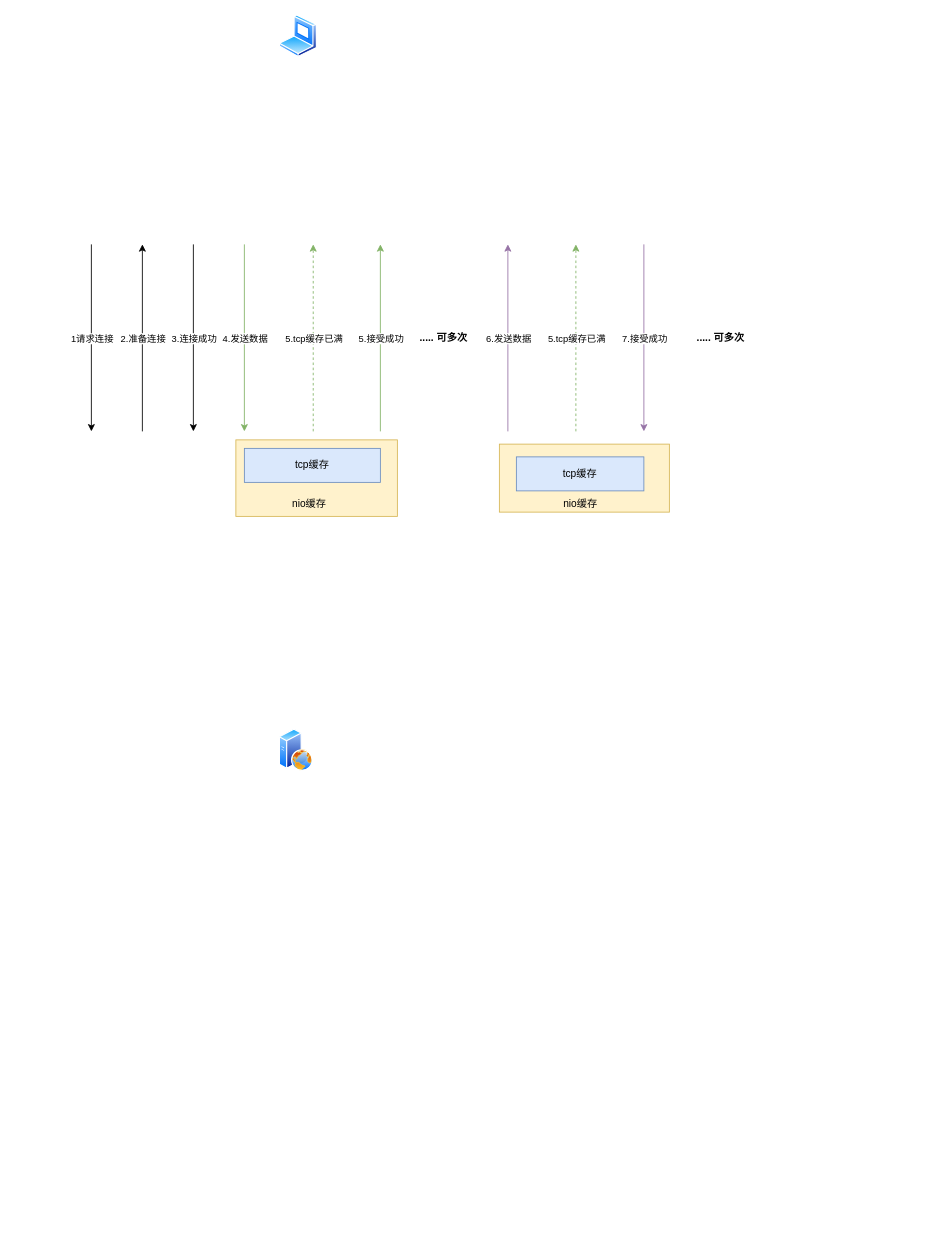
Above: 流程图/NIO网络模型.drawio in xiaoa1/liuchengtu (draw.io), before the change. Source tidied: cells renumbered, new cells numbered last; positions are measured from the earlier drawing's top-left corner, leaving out a move shared by most shapes. Both pictures are drawn from the tidied source at 85%, with x=0, y=0 at pixel (91, 14).
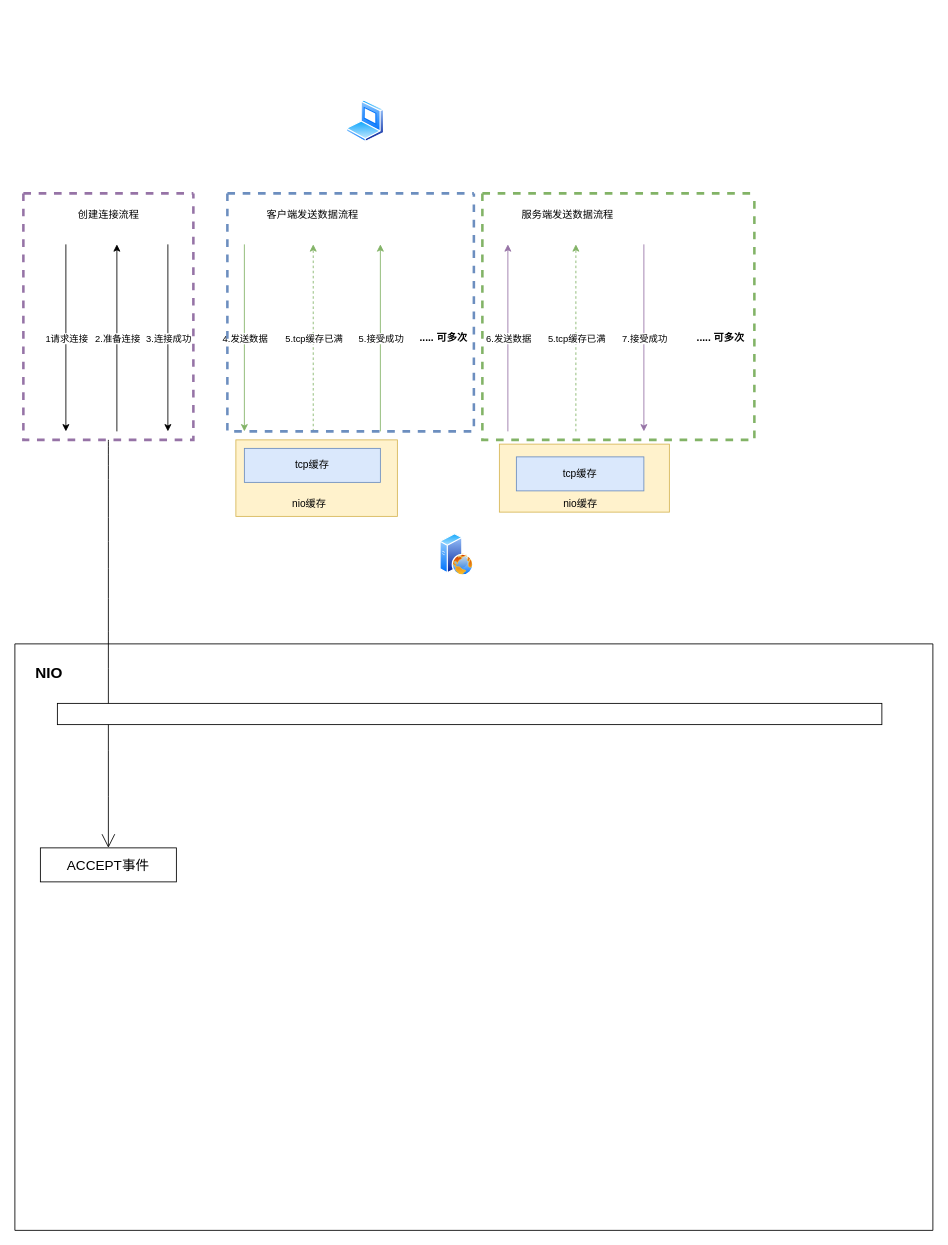
The same diagram, later.

Commit message (it also covers changes not shown here):
更新NIO网络模型.drawio

Change to the diagram source:
```diff
@@
     <mxCell id="2" style="perimeter=ellipsePerimeter;html=1;align=center;shadow=0;dashed=0;spacingTop=3;image;image=img/lib/active_directory/laptop_client.svg;" parent="1" vertex="1">
-      <mxGeometry x="221" width="45" height="50" as="geometry" />
+      <mxGeometry x="300" y="100" width="45" height="50" as="geometry" />
     </mxCell>
     <mxCell id="3" style="perimeter=ellipsePerimeter;html=1;align=center;shadow=0;dashed=0;spacingTop=3;image;image=img/lib/active_directory/web_server.svg;" parent="1" vertex="1">
-      <mxGeometry x="221" y="840" width="40" height="50" as="geometry" />
+      <mxGeometry x="410" y="610" width="40" height="50" as="geometry" />
     </mxCell>
     <mxCell id="4" style="endArrow=classic;html=1;rounded=0;" parent="1" edge="1">
       <mxGeometry relative="1" as="geometry">
-        <mxPoint y="270" as="sourcePoint" />
-        <mxPoint y="490" as="targetPoint" />
+        <mxPoint x="-30" y="270" as="sourcePoint" />
+        <mxPoint x="-30" y="490" as="targetPoint" />
       </mxGeometry>
     </mxCell>
@@
     <mxCell id="6" style="endArrow=classic;html=1;rounded=0;" parent="1" edge="1">
       <mxGeometry relative="1" as="geometry">
-        <mxPoint x="60" y="490" as="sourcePoint" />
-        <mxPoint x="60" y="270" as="targetPoint" />
+        <mxPoint x="30" y="490" as="sourcePoint" />
+        <mxPoint x="30" y="270" as="targetPoint" />
       </mxGeometry>
     </mxCell>
@@
     <mxCell id="8" style="endArrow=classic;html=1;rounded=0;" parent="1" edge="1">
       <mxGeometry relative="1" as="geometry">
-        <mxPoint x="120" y="270" as="sourcePoint" />
-        <mxPoint x="120" y="490" as="targetPoint" />
+        <mxPoint x="90" y="270" as="sourcePoint" />
+        <mxPoint x="90" y="490" as="targetPoint" />
       </mxGeometry>
     </mxCell>
@@
+    <mxCell id="30" style="edgeStyle=none;curved=1;rounded=0;jettySize=auto;html=1;exitX=0.5;exitY=1;exitDx=0;exitDy=0;fontSize=12;endArrow=open;startSize=14;endSize=14;sourcePerimeterSpacing=8;targetPerimeterSpacing=8;entryX=0.5;entryY=0;entryDx=0;entryDy=0;" parent="1" edge="1" source="31" target="40">
+      <mxGeometry relative="1" as="geometry" />
+    </mxCell>
+    <mxCell id="31" style="swimlane;startSize=0;fillStyle=auto;strokeWidth=3;rounded=0;dashed=1;fillColor=#e1d5e7;strokeColor=#9673a6;" parent="1" vertex="1">
+      <mxGeometry x="-80" y="210" width="200" height="290" as="geometry" />
+    </mxCell>
+    <mxCell id="32" value="创建连接流程" style="text;html=1;align=center;verticalAlign=middle;strokeColor=none;fillColor=none;" parent="31" vertex="1">
+      <mxGeometry x="50" y="10" width="100" height="30" as="geometry" />
+    </mxCell>
+    <mxCell id="33" style="swimlane;startSize=0;fillStyle=auto;strokeWidth=3;rounded=0;dashed=1;fillColor=#dae8fc;strokeColor=#6c8ebf;" parent="1" vertex="1">
+      <mxGeometry x="160" y="210" width="290" height="280" as="geometry" />
+    </mxCell>
+    <mxCell id="34" value="客户端发送数据流程" style="text;html=1;align=center;verticalAlign=middle;strokeColor=none;fillColor=none;" parent="33" vertex="1">
+      <mxGeometry x="35" y="10" width="130" height="30" as="geometry" />
+    </mxCell>
+    <mxCell id="35" style="swimlane;startSize=0;fillStyle=auto;strokeWidth=3;rounded=0;dashed=1;fillColor=#d5e8d4;strokeColor=#82b366;" parent="1" vertex="1">
+      <mxGeometry x="460" y="210" width="320" height="290" as="geometry" />
+    </mxCell>
+    <mxCell id="36" value="服务端发送数据流程" style="text;html=1;align=center;verticalAlign=middle;strokeColor=none;fillColor=none;" parent="35" vertex="1">
+      <mxGeometry x="35" y="10" width="130" height="30" as="geometry" />
+    </mxCell>
+    <mxCell id="37" style="swimlane;startSize=0;" parent="1" vertex="1">
+      <mxGeometry x="-90" y="740" width="1080" height="690" as="geometry" />
+    </mxCell>
+    <mxCell id="38" style="rounded=0;whiteSpace=wrap;html=1;fontSize=16;" parent="37" vertex="1">
+      <mxGeometry x="50" y="70" width="970" height="25" as="geometry" />
+    </mxCell>
+    <mxCell id="39" value="&lt;b style=&quot;font-size: 18px;&quot;&gt;NIO&lt;/b&gt;" style="text;html=1;align=center;verticalAlign=middle;strokeColor=none;fillColor=none;fontSize=18;" parent="37" vertex="1">
+      <mxGeometry x="10" y="15" width="60" height="40" as="geometry" />
+    </mxCell>
+    <mxCell id="40" value="ACCEPT事件" style="rounded=0;whiteSpace=wrap;html=1;fontSize=16;" parent="37" vertex="1">
+      <mxGeometry x="30" y="240" width="160" height="40" as="geometry" />
+    </mxCell>
```
